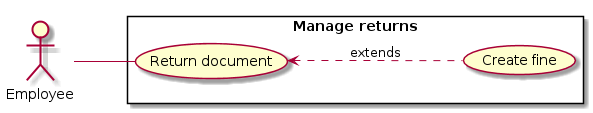
BrokenSwing/Comixaire keeps this PlantUML diagram as specifications/usecases/return/return.png. Above is the earlier version. Its diagram source:
```plantuml
@startuml
left to right direction

actor Employee as E

rectangle "Manage returns" {
  usecase "Return document" as R
  usecase "Create fine" as F
}

E -- R
R <-. F : extends
@enduml
```
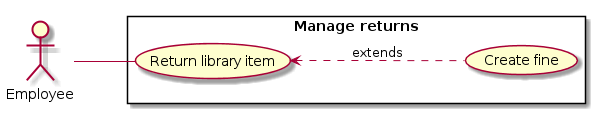
Above is the later version.

Commit message:
Update loan, return and booking use cases specifications

Change to the diagram source:
```diff
@@ -4,7 +4,7 @@
 actor Employee as E
 
 rectangle "Manage returns" {
-  usecase "Return document" as R
+  usecase "Return library item" as R
   usecase "Create fine" as F
 }
 
```
